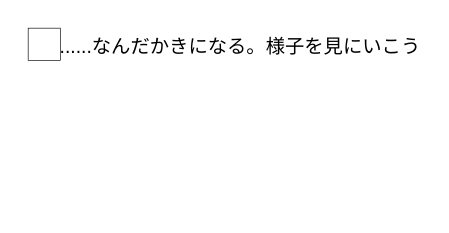
ll-vv/HiH keeps this draw.io diagram as page "Page-1" (1 of 2) of ｖｖ.drawio. Above is the earlier version. Source tidied: cells renumbered, new cells numbered last; positions are measured from the earlier drawing's top-left corner, leaving out a move shared by most shapes. Both pictures are drawn from the tidied source at 161%, with x=0, y=0 at pixel (27, 27). Pictures stored in the file or linked from it are replaced by grey dashed boxes.
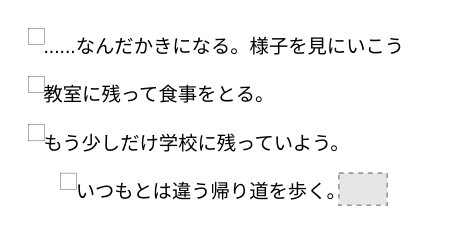
Above is the later version.

Change to the diagram source:
```diff
@@
 <mxGraphModel>
   <root>
     <mxCell id="0" />
     <mxCell id="1" parent="0" />
-    <mxCell id="2" value="&lt;div&gt;......なんだかきになる。様子を見にいこう&lt;br&gt;&lt;/div&gt;" style="html=1;fillColor=none;strokeColor=default;verticalAlign=top;align=left;labelPosition=right;verticalLabelPosition=middle;strokeWidth=0.4;spacing=0;" parent="1" vertex="1">
-      <mxGeometry width="20" height="20" as="geometry" />
+    <mxCell id="2" value="&lt;div&gt;......なんだかきになる。様子を見にいこう&lt;br&gt;&lt;/div&gt;" style="html=1;fillColor=none;strokeColor=default;verticalAlign=top;align=left;labelPosition=right;verticalLabelPosition=middle;strokeWidth=0.2;spacing=0;" parent="1" vertex="1">
+      <mxGeometry width="10" height="10" as="geometry" />
     </mxCell>
+    <mxCell id="3" value="教室に残って食事をとる。" style="html=1;fillColor=none;strokeColor=default;verticalAlign=top;align=left;labelPosition=right;verticalLabelPosition=middle;strokeWidth=0.2;spacing=0;" parent="1" vertex="1">
+      <mxGeometry y="30" width="10" height="10" as="geometry" />
+    </mxCell>
+    <mxCell id="4" value="もう少しだけ学校に残っていよう。" style="html=1;fillColor=none;strokeColor=default;verticalAlign=top;align=left;labelPosition=right;verticalLabelPosition=middle;strokeWidth=0.2;spacing=0;" parent="1" vertex="1">
+      <mxGeometry y="60" width="10" height="10" as="geometry" />
+    </mxCell>
+    <mxCell id="5" value="いつもとは違う帰り道を歩く。" style="html=1;fillColor=none;strokeColor=default;verticalAlign=top;align=left;labelPosition=right;verticalLabelPosition=middle;strokeWidth=0.2;spacing=0;" parent="1" vertex="1">
+      <mxGeometry x="20" y="90" width="10" height="10" as="geometry" />
+    </mxCell>
+    <mxCell id="6" style="fillColor=#E6E6E6;strokeColor=#999999;dashed=1;verticalLabelPosition=bottom;verticalAlign=top;" parent="1" vertex="1">
+      <mxGeometry x="193" y="90" width="30" height="20" as="geometry" />
+    </mxCell>
   </root>
 </mxGraphModel>
```
